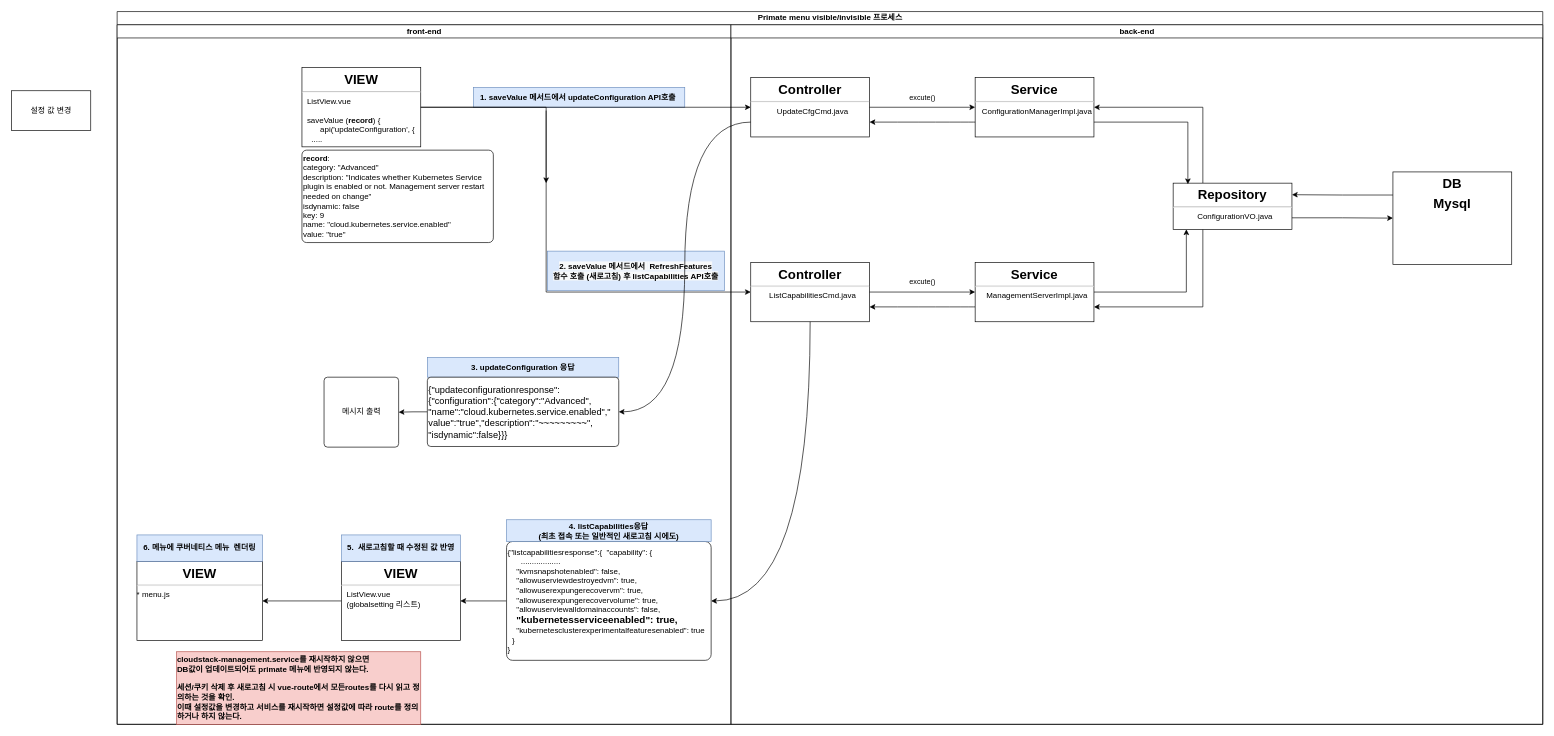
The draw.io diagram kuber메뉴.drawio in stardom3645/wiki, before the edit. Source tidied: cells renumbered, new cells numbered last; positions are measured from the earlier drawing's top-left corner, leaving out a move shared by most shapes. Both pictures are drawn from the tidied source at 66%, with x=0, y=0 at pixel (11, 11).
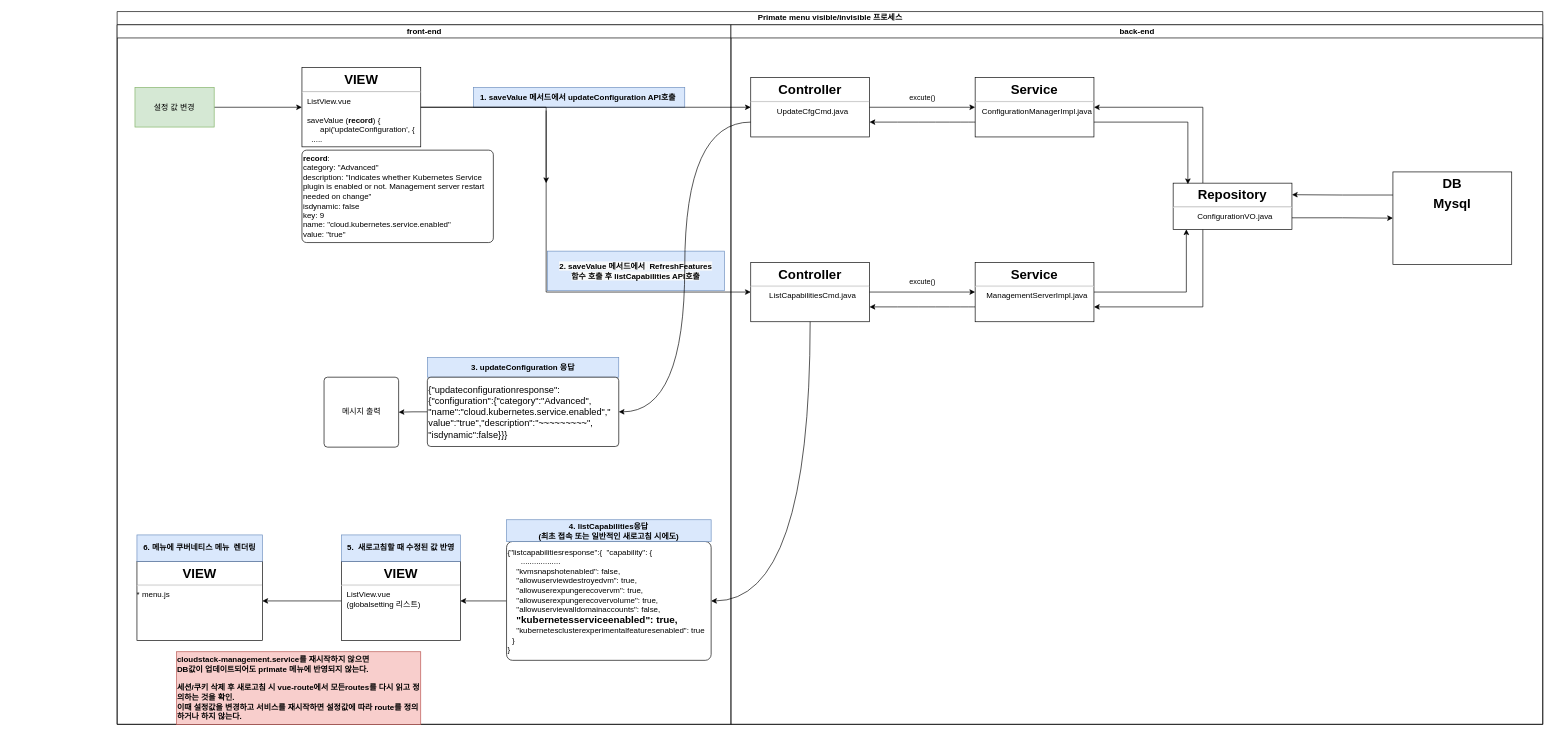
After the change.

Commit message:
kuber메뉴.drawio 업데이트

The change refers to these unchanged cells:
```xml
<mxCell id="3" value="front-end" style="swimlane;html=1;startSize=20;" parent="2" vertex="1">
  <mxGeometry y="20" width="930" height="1060" as="geometry" />
</mxCell>
<mxCell id="4" value="&lt;p style=&quot;margin: 0px ; margin-top: 6px ; text-align: center&quot;&gt;&lt;b&gt;&lt;font style=&quot;font-size: 20px&quot;&gt;VIEW&lt;/font&gt;&lt;/b&gt;&lt;/p&gt;&lt;hr&gt;&lt;p style=&quot;margin: 0px ; margin-left: 8px&quot;&gt;&lt;span style=&quot;text-align: center&quot;&gt;ListView.vue&lt;/span&gt;&lt;br&gt;&lt;/p&gt;&lt;p style=&quot;margin: 0px ; margin-left: 8px&quot;&gt;&lt;br&gt;&lt;/p&gt;&lt;p style=&quot;margin: 0px ; margin-left: 8px&quot;&gt;saveValue (&lt;b&gt;record&lt;/b&gt;) {&lt;/p&gt;&lt;p style=&quot;margin: 0px ; margin-left: 8px&quot;&gt;&amp;nbsp; &amp;nbsp; &amp;nbsp; api('updateConfiguration', {&lt;/p&gt;&lt;p style=&quot;margin: 0px ; margin-left: 8px&quot;&gt;&amp;nbsp; .....&lt;/p&gt;" style="align=left;overflow=fill;html=1;" parent="3" vertex="1">
  <mxGeometry x="280" y="65" width="180" height="120" as="geometry" />
</mxCell>
```

Diff of the diagram source:
```diff
@@
-    <mxCell id="15" value="&lt;span style=&quot;background-color: rgb(248 , 249 , 250) ; text-align: left&quot;&gt;2. saveValue 메서드에서&amp;nbsp;&lt;/span&gt;&lt;span style=&quot;background-color: rgb(248 , 249 , 250) ; text-align: left&quot;&gt;&amp;nbsp;&lt;/span&gt;&lt;span style=&quot;background-color: rgb(248 , 249 , 250)&quot;&gt;RefreshFeatures &lt;br&gt;함수 호출&amp;nbsp;&lt;/span&gt;&lt;span style=&quot;background-color: rgb(248 , 249 , 250)&quot;&gt;(새로고침) 후&amp;nbsp;listCapabilities API호출&lt;/span&gt;" style="text;html=1;strokeColor=#6c8ebf;fillColor=#dae8fc;align=center;verticalAlign=middle;whiteSpace=wrap;rounded=0;fontStyle=1;rotation=0;" parent="3" vertex="1">
+    <mxCell id="15" value="&lt;span style=&quot;background-color: rgb(248 , 249 , 250) ; text-align: left&quot;&gt;2. saveValue 메서드에서&amp;nbsp;&lt;/span&gt;&lt;span style=&quot;background-color: rgb(248 , 249 , 250) ; text-align: left&quot;&gt;&amp;nbsp;&lt;/span&gt;&lt;span style=&quot;background-color: rgb(248 , 249 , 250)&quot;&gt;RefreshFeatures &lt;br&gt;함수 호출&amp;nbsp;&lt;/span&gt;&lt;span style=&quot;background-color: rgb(248 , 249 , 250)&quot;&gt;후&amp;nbsp;listCapabilities API호출&lt;/span&gt;" style="text;html=1;strokeColor=#6c8ebf;fillColor=#dae8fc;align=center;verticalAlign=middle;whiteSpace=wrap;rounded=0;fontStyle=1;rotation=0;" parent="3" vertex="1">
       <mxGeometry x="652" y="343" width="268" height="60" as="geometry" />
     </mxCell>
@@
+    <mxCell id="44" style="edgeStyle=orthogonalEdgeStyle;rounded=0;jettySize=auto;html=1;exitX=1;exitY=0.5;exitDx=0;exitDy=0;" parent="3" edge="1" source="43" target="4">
+      <mxGeometry relative="1" as="geometry" />
+    </mxCell>
+    <mxCell id="43" value="설정 값 변경" style="rounded=0;whiteSpace=wrap;html=1;fillColor=#d5e8d4;strokeColor=#82b366;" parent="3" vertex="1">
+      <mxGeometry x="27" y="95" width="120" height="60" as="geometry" />
+    </mxCell>
@@
-    <mxCell id="43" value="설정 값 변경" style="rounded=0;whiteSpace=wrap;html=1;" parent="1" vertex="1">
-      <mxGeometry y="120" width="120" height="60" as="geometry" />
-    </mxCell>
```
